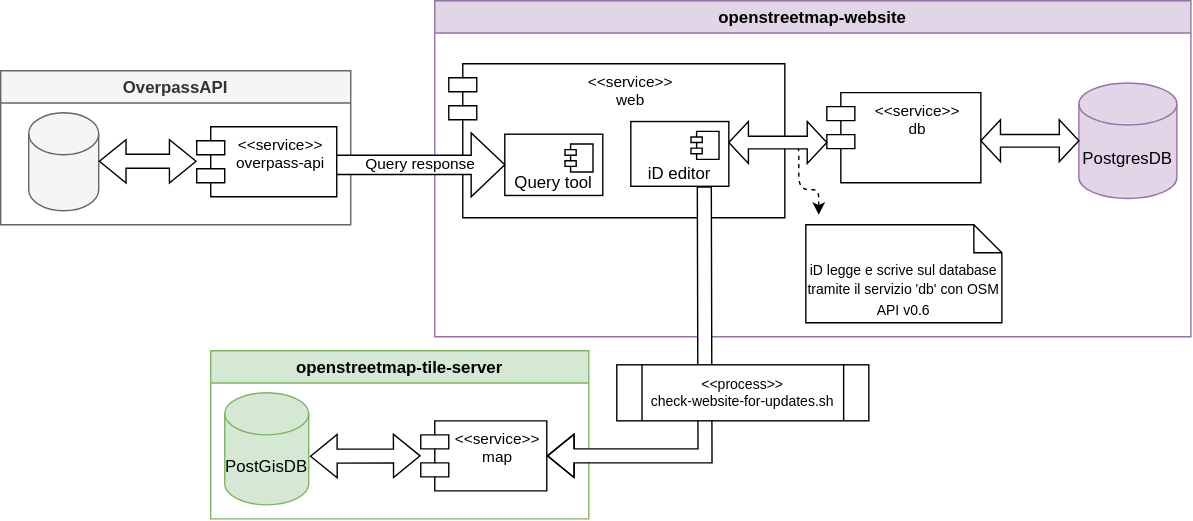
disit/OSM-for-snap4city keeps this draw.io diagram as doc/images/diagramma-a-blocchi.svg. Above is the earlier version. Source tidied: cells renumbered, new cells last; positions are measured from the earlier drawing's top-left corner, leaving out a move shared by most shapes.
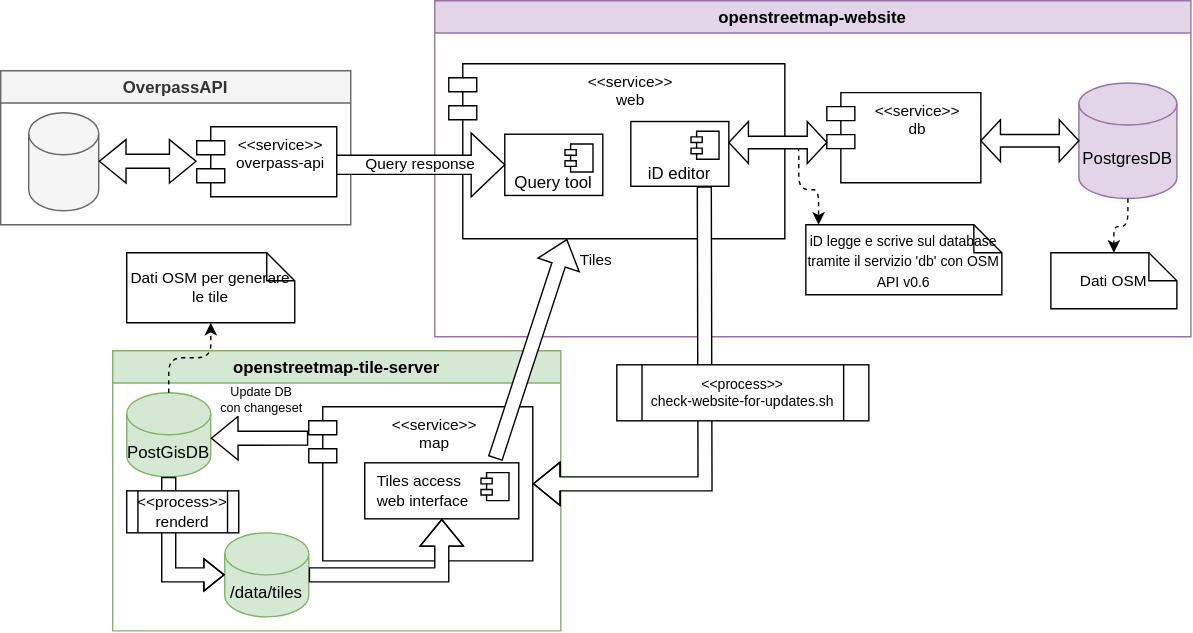
Above is the later version.

What changed in the source:
```diff
@@ -21,7 +21,7 @@
       <mxGeometry x="310" width="540" height="240" as="geometry" />
     </mxCell>
     <mxCell id="7" value="&lt;div style=&quot;font-size: 11px;&quot;&gt;&amp;lt;&amp;lt;service&amp;gt;&amp;gt;&lt;/div&gt;&lt;div style=&quot;font-size: 11px;&quot;&gt;web&lt;/div&gt;" style="shape=module;align=left;spacingLeft=20;align=center;verticalAlign=top;whiteSpace=wrap;html=1;fontSize=11;" parent="6" vertex="1">
-      <mxGeometry x="10" y="45" width="240" height="110" as="geometry" />
+      <mxGeometry x="10" y="45" width="240" height="125" as="geometry" />
     </mxCell>
     <mxCell id="8" value="&lt;div style=&quot;font-size: 11px;&quot;&gt;&amp;lt;&amp;lt;service&amp;gt;&amp;gt;&lt;/div&gt;&lt;div style=&quot;font-size: 11px;&quot;&gt;db&lt;/div&gt;" style="shape=module;align=left;spacingLeft=20;align=center;verticalAlign=top;whiteSpace=wrap;html=1;fontSize=11;" parent="6" vertex="1">
       <mxGeometry x="280" y="65.6" width="110" height="64.4" as="geometry" />
@@ -32,10 +32,9 @@
     <mxCell id="10" style="shape=doubleArrow;whiteSpace=wrap;html=1;" parent="6" vertex="1">
       <mxGeometry x="390" y="85" width="70" height="30" as="geometry" />
     </mxCell>
-    <mxCell id="11" style="edgeStyle=orthogonalEdgeStyle;rounded=1;orthogonalLoop=1;jettySize=auto;html=1;entryX=0.066;entryY=-0.03;entryDx=0;entryDy=0;entryPerimeter=0;curved=0;dashed=1;" parent="6" edge="1">
+    <mxCell id="11" style="edgeStyle=orthogonalEdgeStyle;rounded=1;jettySize=auto;html=1;entryX=0.065;entryY=0;entryDx=0;entryDy=0;entryPerimeter=0;curved=0;dashed=1;" parent="6" edge="1" target="15">
       <mxGeometry relative="1" as="geometry">
         <mxPoint x="250" y="100" as="sourcePoint" />
-        <mxPoint x="274.2" y="152.9" as="targetPoint" />
         <Array as="points">
           <mxPoint x="260" y="100" />
           <mxPoint x="260" y="135" />
@@ -55,7 +54,7 @@
       </mxGeometry>
     </mxCell>
     <mxCell id="15" value="&lt;font style=&quot;font-size: 10px;&quot;&gt;iD legge e scrive sul database tramite il servizio 'db' con OSM API v0.6&lt;br&gt;&lt;/font&gt;" style="shape=note;size=20;whiteSpace=wrap;html=1;labelPosition=center;verticalLabelPosition=middle;align=center;verticalAlign=bottom;horizontal=1;spacing=2;" parent="6" vertex="1">
-      <mxGeometry x="265" y="160" width="140" height="70" as="geometry" />
+      <mxGeometry x="265" y="160" width="140" height="50" as="geometry" />
     </mxCell>
     <mxCell id="16" value="Query tool" style="html=1;whiteSpace=wrap;verticalAlign=bottom;" parent="6" vertex="1">
       <mxGeometry x="50" y="95.3" width="70" height="43.8" as="geometry" />
@@ -68,27 +67,74 @@
     <mxCell id="18" value="Query response" style="shape=singleArrow;whiteSpace=wrap;html=1;fontSize=11;labelPosition=center;verticalLabelPosition=middle;align=center;verticalAlign=middle;" parent="6" vertex="1">
       <mxGeometry x="-70" y="94.4" width="120" height="45.6" as="geometry" />
     </mxCell>
+    <mxCell id="25" value="Dati OSM" style="shape=note;size=20;whiteSpace=wrap;html=1;fontSize=11;" parent="6" vertex="1">
+      <mxGeometry x="440" y="180" width="90" height="40" as="geometry" />
+    </mxCell>
+    <mxCell id="26" style="edgeStyle=orthogonalEdgeStyle;rounded=1;jettySize=auto;html=1;curved=0;dashed=1;" parent="6" edge="1" source="9" target="25">
+      <mxGeometry relative="1" as="geometry" />
+    </mxCell>
+    <mxCell id="27" value="&lt;div style=&quot;font-size: 11px;&quot;&gt;Tiles&lt;/div&gt;" style="text;html=1;align=center;verticalAlign=middle;strokeColor=none;fillColor=none;fontSize=11;" parent="6" vertex="1">
+      <mxGeometry x="90" y="170" width="50" height="30" as="geometry" />
+    </mxCell>
     <mxCell id="19" value="openstreetmap-tile-server" style="swimlane;fillColor=#d5e8d4;strokeColor=#82b366;" parent="1" vertex="1">
-      <mxGeometry x="150" y="250" width="270" height="120" as="geometry" />
+      <mxGeometry x="80" y="250" width="320" height="200" as="geometry" />
     </mxCell>
     <mxCell id="20" value="PostGisDB" style="shape=cylinder3;whiteSpace=wrap;html=1;boundedLbl=1;backgroundOutline=1;size=15;fillColor=#d5e8d4;strokeColor=#82b366;" parent="19" vertex="1">
-      <mxGeometry x="10" y="30" width="60" height="80" as="geometry" />
+      <mxGeometry x="10" y="30" width="60" height="60" as="geometry" />
     </mxCell>
     <mxCell id="21" value="&lt;div style=&quot;font-size: 11px;&quot;&gt;&amp;lt;&amp;lt;service&amp;gt;&amp;gt;&lt;/div&gt;&lt;div style=&quot;font-size: 11px;&quot;&gt;map&lt;/div&gt;" style="shape=module;align=left;spacingLeft=20;align=center;verticalAlign=top;whiteSpace=wrap;html=1;fontSize=11;" parent="19" vertex="1">
-      <mxGeometry x="150" y="50" width="90" height="50" as="geometry" />
+      <mxGeometry x="140" y="40" width="160" height="110" as="geometry" />
     </mxCell>
+    <mxCell id="28" value="&lt;div&gt;Tiles access&lt;/div&gt;&lt;div&gt;web interface&lt;/div&gt;" style="html=1;whiteSpace=wrap;fontSize=11;align=left;spacingRight=0;spacingLeft=7;" parent="19" vertex="1">
+      <mxGeometry x="180" y="80" width="110" height="40" as="geometry" />
+    </mxCell>
+    <mxCell id="29" style="shape=module;jettyWidth=8;jettyHeight=4;" parent="28" vertex="1">
+      <mxGeometry x="1" width="20" height="20" relative="1" as="geometry">
+        <mxPoint x="-27" y="7" as="offset" />
+      </mxGeometry>
+    </mxCell>
-    <mxCell id="22" style="shape=flexArrow;endArrow=classic;startArrow=classic;html=1;rounded=0;fillColor=default;exitX=0;exitY=0.5;exitDx=0;exitDy=0;exitPerimeter=0;entryX=1.013;entryY=0.566;entryDx=0;entryDy=0;entryPerimeter=0;" parent="19" edge="1" source="21" target="20">
+    <mxCell id="22" value="&lt;div&gt;Update DB&lt;/div&gt;&lt;div&gt;con changeset&lt;/div&gt;" style="shape=flexArrow;endArrow=classic;html=1;rounded=0;entryX=1;entryY=0;entryDx=0;entryDy=32.5;fillColor=default;entryPerimeter=0;fontSize=9;labelPosition=center;verticalLabelPosition=top;align=center;verticalAlign=bottom;spacing=15;spacingRight=0;spacingLeft=3;exitX=-0.002;exitY=0.203;exitDx=0;exitDy=0;exitPerimeter=0;" parent="19" edge="1" source="21" target="20">
       <mxGeometry relative="1" as="geometry" />
     </mxCell>
+    <mxCell id="30" value="/data/tiles" style="shape=cylinder3;whiteSpace=wrap;html=1;boundedLbl=1;backgroundOutline=1;size=15;fillColor=#d5e8d4;strokeColor=#82b366;" parent="19" vertex="1">
+      <mxGeometry x="80" y="130" width="60" height="60" as="geometry" />
+    </mxCell>
+    <mxCell id="31" style="shape=flexArrow;endArrow=classic;html=1;rounded=0;entryX=0;entryY=0.5;entryDx=0;entryDy=0;entryPerimeter=0;exitX=0.5;exitY=1;exitDx=0;exitDy=0;exitPerimeter=0;endWidth=12;endSize=4.468;" parent="19" edge="1" source="20" target="30">
+      <mxGeometry relative="1" as="geometry">
+        <Array as="points">
+          <mxPoint x="40" y="160" />
+        </Array>
+      </mxGeometry>
+    </mxCell>
+    <mxCell id="32" value="&lt;div style=&quot;font-size: 11px;&quot;&gt;&amp;lt;&amp;lt;process&amp;gt;&amp;gt;&lt;/div&gt;&lt;div style=&quot;font-size: 11px;&quot;&gt;renderd&lt;br style=&quot;font-size: 11px;&quot;&gt;&lt;/div&gt;" style="shape=process;whiteSpace=wrap;html=1;backgroundOutline=1;fontSize=11;" parent="19" vertex="1">
+      <mxGeometry x="10" y="100" width="80" height="30" as="geometry" />
+    </mxCell>
     <mxCell id="23" style="shape=flexArrow;endArrow=classic;html=1;rounded=0;entryX=1;entryY=0.5;entryDx=0;entryDy=0;exitX=0.75;exitY=1;exitDx=0;exitDy=0;labelBackgroundColor=default;labelBorderColor=none;fillColor=default;" parent="1" edge="1" source="13" target="21">
       <mxGeometry relative="1" as="geometry">
         <Array as="points">
-          <mxPoint x="503" y="325" />
+          <mxPoint x="503" y="345" />
         </Array>
       </mxGeometry>
     </mxCell>
     <mxCell id="24" value="&amp;lt;&amp;lt;process&amp;gt;&amp;gt;&lt;br&gt;&lt;div&gt;check-website-for-updates.sh&lt;/div&gt;" style="shape=process;whiteSpace=wrap;html=1;backgroundOutline=1;fontSize=10;" parent="1" vertex="1">
       <mxGeometry x="440" y="260" width="180" height="40" as="geometry" />
     </mxCell>
+    <mxCell id="33" value="Dati OSM per generare le tile" style="shape=note;size=20;whiteSpace=wrap;html=1;fontSize=11;verticalAlign=middle;align=center;" parent="1" vertex="1">
+      <mxGeometry x="90" y="180" width="120" height="50" as="geometry" />
+    </mxCell>
+    <mxCell id="34" style="edgeStyle=orthogonalEdgeStyle;rounded=1;jettySize=auto;html=1;curved=0;dashed=1;" parent="1" edge="1" source="20" target="33">
+      <mxGeometry relative="1" as="geometry" />
+    </mxCell>
+    <mxCell id="35" style="shape=flexArrow;endArrow=classic;html=1;rounded=0;entryX=0.5;entryY=1;entryDx=0;entryDy=0;fillColor=default;" parent="1" edge="1" target="28">
+      <mxGeometry relative="1" as="geometry">
+        <mxPoint x="220" y="410" as="sourcePoint" />
+        <Array as="points">
+          <mxPoint x="315" y="410" />
+        </Array>
+      </mxGeometry>
+    </mxCell>
+    <mxCell id="36" style="shape=flexArrow;endArrow=classic;html=1;rounded=0;exitX=0.847;exitY=-0.075;exitDx=0;exitDy=0;exitPerimeter=0;entryX=0.352;entryY=1.001;entryDx=0;entryDy=0;fillColor=default;labelPosition=left;verticalLabelPosition=bottom;align=right;verticalAlign=top;spacing=0;entryPerimeter=0;spacingLeft=0;spacingRight=0;" parent="1" edge="1" source="28" target="7">
+      <mxGeometry relative="1" as="geometry" />
+    </mxCell>
   </root>
 </mxGraphModel>
```
